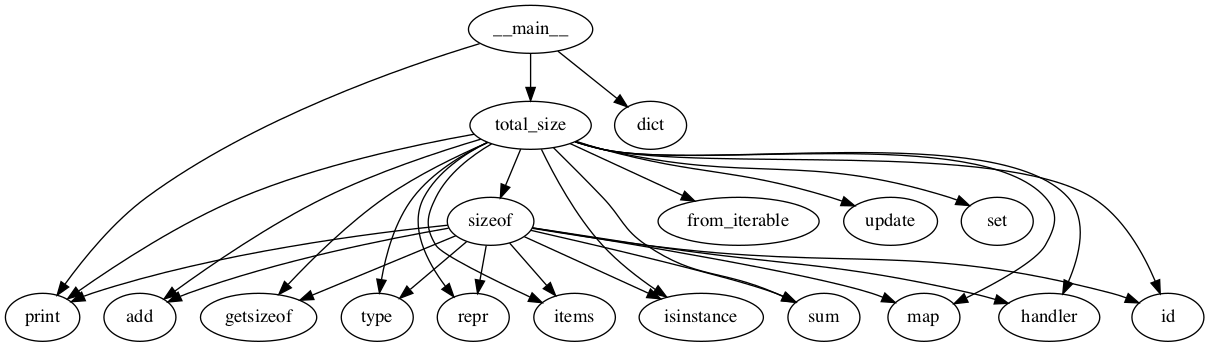
The Graphviz diagram CallGraph_images/CompMemoryFootprint.png in JordanCoyne97/Final_Year_Project, before a commit. Its source is kept beside it as CallGraph_dots/CompMemoryFootprint.dot. The source it was exported from:
```dot
strict digraph  {
sizeof;
id;
add;
getsizeof;
print;
type;
repr;
items;
isinstance;
sum;
map;
handler;
total_size;
from_iterable;
update;
set;
__main__;
dict;
sizeof -> id;
sizeof -> add;
sizeof -> getsizeof;
sizeof -> print;
sizeof -> type;
sizeof -> repr;
sizeof -> items;
sizeof -> isinstance;
sizeof -> sum;
sizeof -> map;
sizeof -> handler;
total_size -> from_iterable;
total_size -> items;
total_size -> update;
total_size -> set;
total_size -> getsizeof;
total_size -> id;
total_size -> add;
total_size -> print;
total_size -> type;
total_size -> repr;
total_size -> isinstance;
total_size -> sum;
total_size -> map;
total_size -> handler;
total_size -> sizeof;
__main__ -> dict;
__main__ -> print;
__main__ -> total_size;
}
```
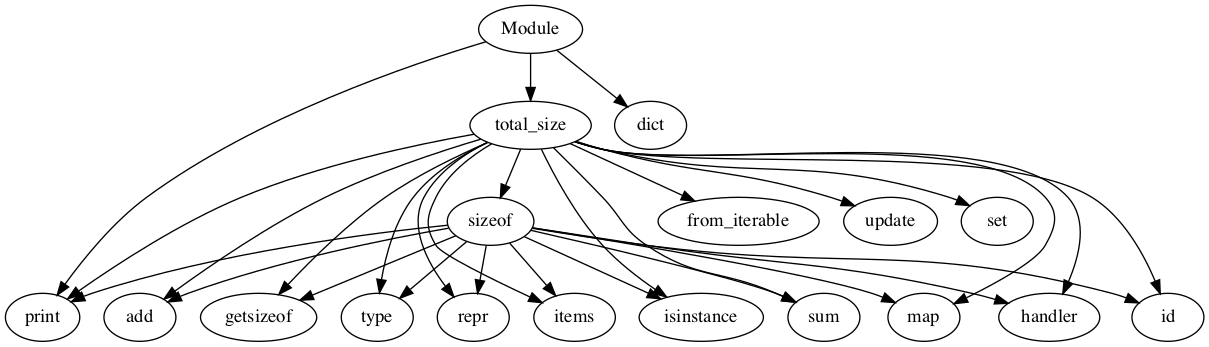
Later version of the same file.

The edit, as a diff of the source:
```diff
@@ -15,7 +15,7 @@
 from_iterable;
 update;
 set;
-__main__;
+Module;
 dict;
 sizeof -> id;
 sizeof -> add;
@@ -43,7 +43,7 @@
 total_size -> map;
 total_size -> handler;
 total_size -> sizeof;
-__main__ -> dict;
-__main__ -> print;
-__main__ -> total_size;
+Module -> dict;
+Module -> print;
+Module -> total_size;
 }
```
